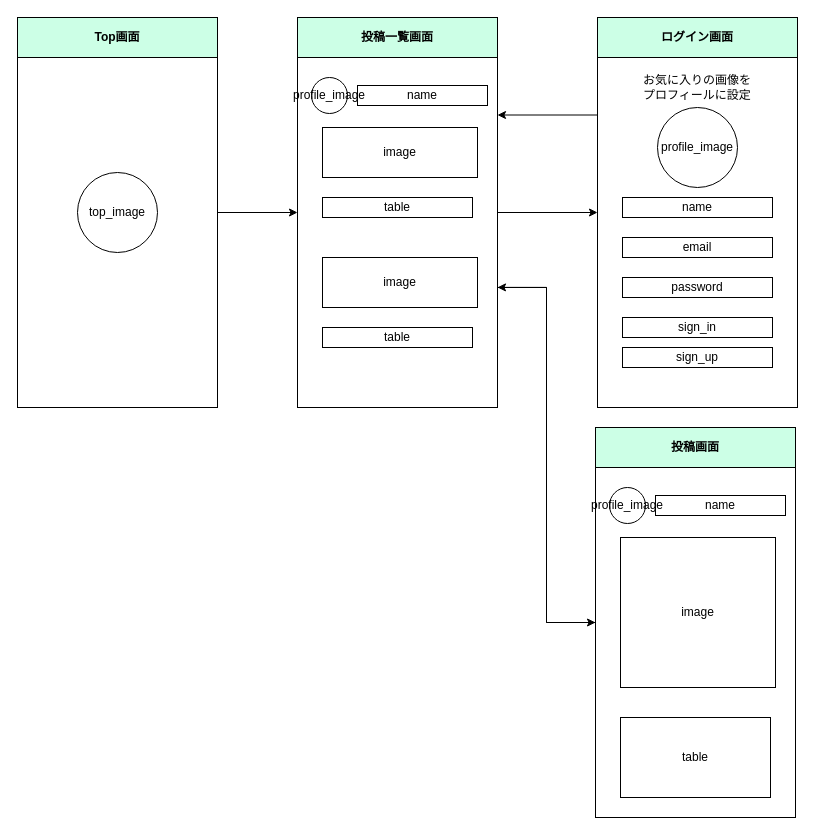
This is 画面遷移図.drawio from 3582/Swift_portfolio, a draw.io file, before an edit. Source tidied: cells renumbered, new cells numbered last; positions are measured from the earlier drawing's top-left corner, leaving out a move shared by most shapes. Both pictures are drawn from the tidied source at 100%, with x=0, y=0 at pixel (17, 17).
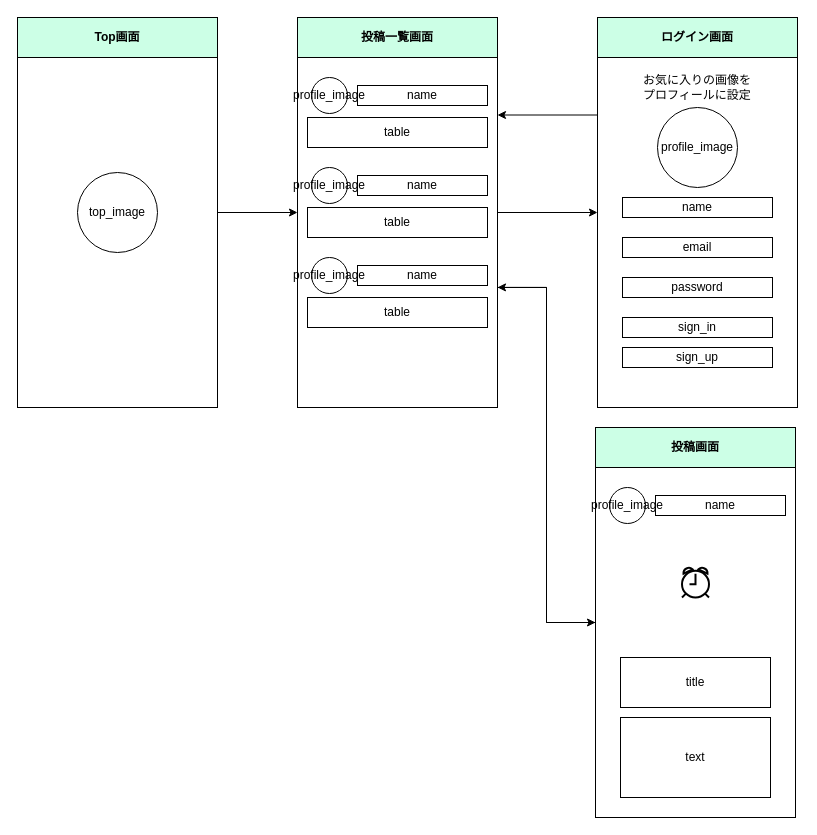
The same diagram, later.

Commit message:
画面遷移図.drawio を更新します

The change refers to these unchanged cells:
```xml
<mxCell id="13" style="group;" parent="1" vertex="1">
  <mxGeometry x="280" width="204" height="390" as="geometry" />
</mxCell>
<mxCell id="22" style="group;" parent="1" vertex="1">
  <mxGeometry x="578" y="410" width="204" height="390" as="geometry" />
</mxCell>
```

What changed in the source:
```diff
@@
-    <mxCell id="16" value="table" style="text;html=1;fillColor=none;align=center;verticalAlign=middle;whiteSpace=wrap;rounded=0;strokeColor=#000000;" parent="13" vertex="1">
-      <mxGeometry x="25" y="180" width="150" height="20" as="geometry" />
-    </mxCell>
-    <mxCell id="17" value="image" style="text;html=1;fillColor=none;align=center;verticalAlign=middle;whiteSpace=wrap;rounded=0;strokeColor=#000000;" parent="13" vertex="1">
-      <mxGeometry x="25" y="110" width="155" height="50" as="geometry" />
-    </mxCell>
     <mxCell id="18" value="table" style="text;html=1;fillColor=none;align=center;verticalAlign=middle;whiteSpace=wrap;rounded=0;strokeColor=#000000;" parent="13" vertex="1">
-      <mxGeometry x="25" y="310" width="150" height="20" as="geometry" />
+      <mxGeometry x="10" y="100" width="180" height="30" as="geometry" />
     </mxCell>
-    <mxCell id="19" value="image" style="text;html=1;fillColor=none;align=center;verticalAlign=middle;whiteSpace=wrap;rounded=0;strokeColor=#000000;" parent="13" vertex="1">
-      <mxGeometry x="25" y="240" width="155" height="50" as="geometry" />
-    </mxCell>
@@
+    <mxCell id="38" value="profile_image" style="ellipse;whiteSpace=wrap;html=1;" parent="13" vertex="1">
+      <mxGeometry x="14" y="150" width="36" height="36" as="geometry" />
+    </mxCell>
+    <mxCell id="39" value="table" style="text;html=1;fillColor=none;align=center;verticalAlign=middle;whiteSpace=wrap;rounded=0;strokeColor=#000000;" parent="13" vertex="1">
+      <mxGeometry x="10" y="190" width="180" height="30" as="geometry" />
+    </mxCell>
+    <mxCell id="40" value="name" style="text;html=1;fillColor=none;align=center;verticalAlign=middle;whiteSpace=wrap;rounded=0;strokeColor=#000000;" parent="13" vertex="1">
+      <mxGeometry x="60" y="158" width="130" height="20" as="geometry" />
+    </mxCell>
+    <mxCell id="41" value="profile_image" style="ellipse;whiteSpace=wrap;html=1;" parent="13" vertex="1">
+      <mxGeometry x="14" y="240" width="36" height="36" as="geometry" />
+    </mxCell>
+    <mxCell id="42" value="table" style="text;html=1;fillColor=none;align=center;verticalAlign=middle;whiteSpace=wrap;rounded=0;strokeColor=#000000;" parent="13" vertex="1">
+      <mxGeometry x="10" y="280" width="180" height="30" as="geometry" />
+    </mxCell>
+    <mxCell id="43" value="name" style="text;html=1;fillColor=none;align=center;verticalAlign=middle;whiteSpace=wrap;rounded=0;strokeColor=#000000;" parent="13" vertex="1">
+      <mxGeometry x="60" y="248" width="130" height="20" as="geometry" />
+    </mxCell>
@@
-    <mxCell id="25" value="table" style="text;html=1;fillColor=none;align=center;verticalAlign=middle;whiteSpace=wrap;rounded=0;strokeColor=#000000;" parent="22" vertex="1">
+    <mxCell id="25" value="text" style="text;html=1;fillColor=none;align=center;verticalAlign=middle;whiteSpace=wrap;rounded=0;strokeColor=#000000;" parent="22" vertex="1">
       <mxGeometry x="25" y="290" width="150" height="80" as="geometry" />
     </mxCell>
-    <mxCell id="26" value="image" style="text;html=1;fillColor=none;align=center;verticalAlign=middle;whiteSpace=wrap;rounded=0;strokeColor=#000000;" parent="22" vertex="1">
-      <mxGeometry x="25" y="110" width="155" height="150" as="geometry" />
-    </mxCell>
@@
+    <mxCell id="44" style="html=1;verticalLabelPosition=bottom;align=center;labelBackgroundColor=#ffffff;verticalAlign=top;strokeWidth=2;shadow=0;dashed=0;shape=mxgraph.ios7.icons.alarm_clock;" parent="22" vertex="1">
+      <mxGeometry x="86.5" y="140" width="27" height="30" as="geometry" />
+    </mxCell>
+    <mxCell id="45" value="title" style="text;html=1;fillColor=none;align=center;verticalAlign=middle;whiteSpace=wrap;rounded=0;strokeColor=#000000;" parent="22" vertex="1">
+      <mxGeometry x="25" y="230" width="150" height="50" as="geometry" />
+    </mxCell>
```
